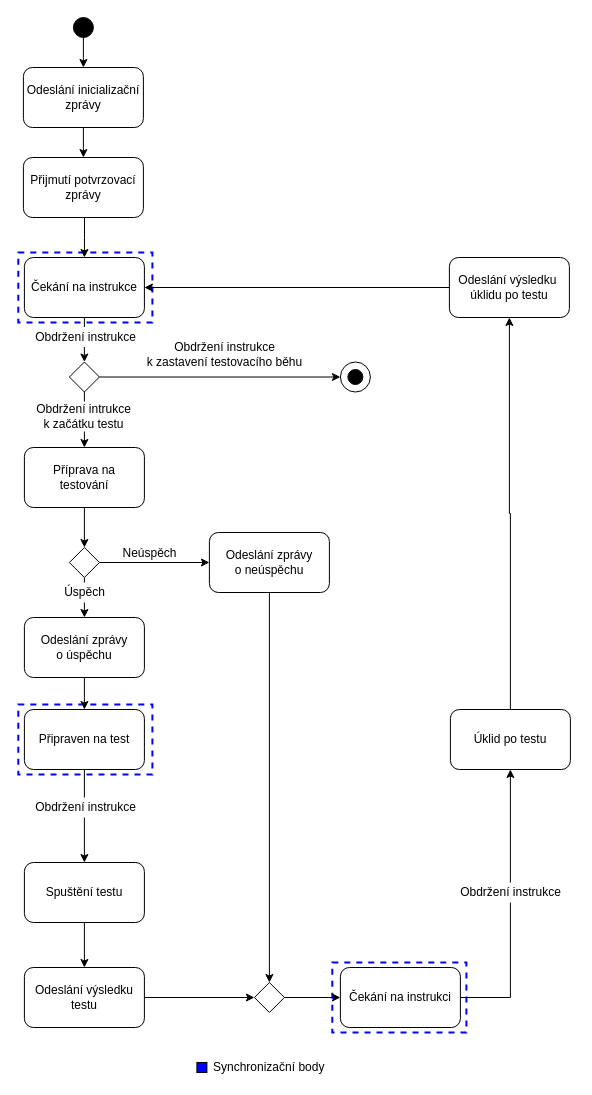
Above: assets/img/src/activitydiagramdevice.drawio in wheeeper/bachelors-thesis (draw.io), before the change. Source tidied: cells renumbered, new cells numbered last; positions are measured from the earlier drawing's top-left corner, leaving out a move shared by most shapes. Both pictures are drawn from the tidied source at 100%, with x=0, y=0 at pixel (18, 17).
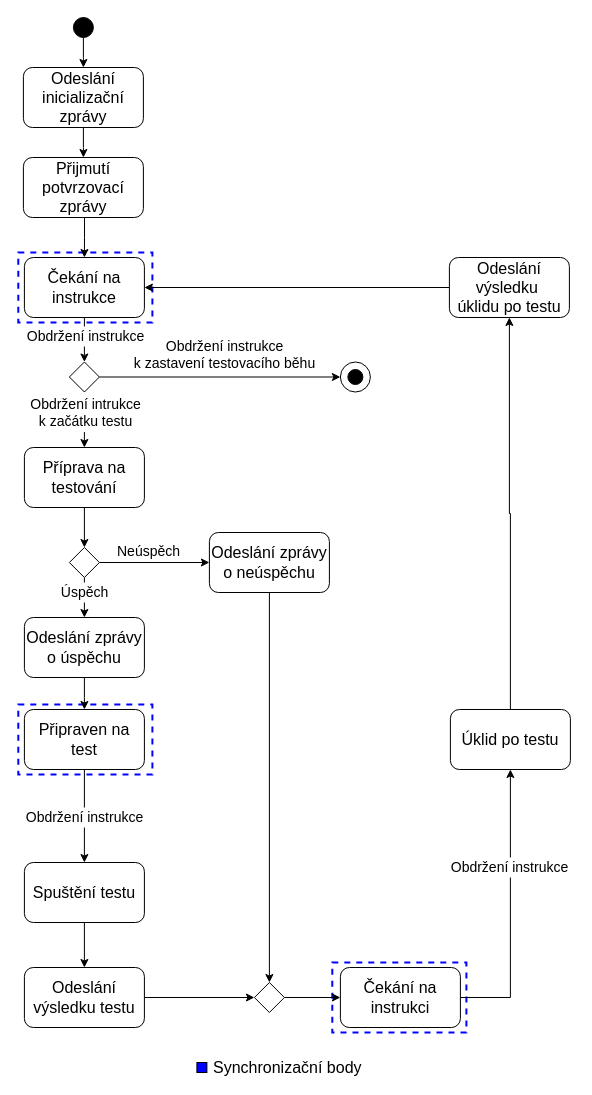
After the change.

Commit message (it also covers changes not shown here):
update activity diagram device

Change to the diagram source:
```diff
@@
-    <mxCell id="2" value="Synchronizační body" style="text;html=1;align=left;verticalAlign=middle;fillColor=#ffffff;" parent="1" vertex="1">
-      <mxGeometry x="193.4" y="1040" width="130" height="20" as="geometry" />
+    <mxCell id="2" value="Synchronizační body" style="text;html=1;align=left;verticalAlign=middle;fillColor=#ffffff;fontSize=16;" parent="1" vertex="1">
+      <mxGeometry x="193.4" y="1040" width="160" height="20" as="geometry" />
     </mxCell>
@@
-    <mxCell id="9" value="Čekání na instrukce" style="rounded=1;whiteSpace=wrap;html=1;fillColor=#FFFFFF;" parent="1" vertex="1">
+    <mxCell id="9" value="Čekání na instrukce" style="rounded=1;whiteSpace=wrap;html=1;fillColor=#FFFFFF;fontSize=16;" parent="1" vertex="1">
       <mxGeometry x="5.9" y="240" width="120" height="60" as="geometry" />
     </mxCell>
@@
-    <mxCell id="11" value="Odeslání výsledku testu" style="rounded=1;whiteSpace=wrap;html=1;fillColor=#FFFFFF;" parent="1" vertex="1">
+    <mxCell id="11" value="Odeslání výsledku testu" style="rounded=1;whiteSpace=wrap;html=1;fillColor=#FFFFFF;fontSize=16;" parent="1" vertex="1">
       <mxGeometry x="5.9" y="950" width="120" height="60" as="geometry" />
     </mxCell>
@@
-    <mxCell id="13" value="Připraven na test" style="rounded=1;whiteSpace=wrap;html=1;fillColor=#FFFFFF;" parent="1" vertex="1">
+    <mxCell id="13" value="Připraven na test" style="rounded=1;whiteSpace=wrap;html=1;fillColor=#FFFFFF;fontSize=16;" parent="1" vertex="1">
       <mxGeometry x="5.9" y="692" width="120" height="60" as="geometry" />
     </mxCell>
@@
-    <mxCell id="15" value="Příprava na &lt;br&gt;testování" style="rounded=1;whiteSpace=wrap;html=1;fillColor=#FFFFFF;" parent="1" vertex="1">
+    <mxCell id="15" value="Příprava na &lt;br style=&quot;font-size: 16px;&quot;&gt;testování" style="rounded=1;whiteSpace=wrap;html=1;fillColor=#FFFFFF;fontSize=16;" parent="1" vertex="1">
       <mxGeometry x="5.9" y="430" width="120" height="60" as="geometry" />
     </mxCell>
@@
-    <mxCell id="21" value="Spuštění testu" style="rounded=1;whiteSpace=wrap;html=1;fillColor=#FFFFFF;" parent="1" vertex="1">
+    <mxCell id="21" value="Spuštění testu" style="rounded=1;whiteSpace=wrap;html=1;fillColor=#FFFFFF;fontSize=16;" parent="1" vertex="1">
       <mxGeometry x="5.9" y="845" width="120" height="60" as="geometry" />
     </mxCell>
@@
-    <mxCell id="23" value="Odeslání zprávy&lt;br&gt;o neúspěchu" style="rounded=1;whiteSpace=wrap;html=1;fillColor=#ffffff;" parent="1" vertex="1">
+    <mxCell id="23" value="Odeslání zprávy&lt;br style=&quot;font-size: 16px;&quot;&gt;o neúspěchu" style="rounded=1;whiteSpace=wrap;html=1;fillColor=#ffffff;fontSize=16;" parent="1" vertex="1">
       <mxGeometry x="190.9" y="515" width="120" height="60" as="geometry" />
     </mxCell>
-    <mxCell id="24" value="Odeslání zprávy&lt;br&gt;o úspěchu" style="rounded=1;whiteSpace=wrap;html=1;fillColor=#ffffff;" parent="1" vertex="1">
+    <mxCell id="24" value="Odeslání zprávy&lt;br style=&quot;font-size: 16px;&quot;&gt;o úspěchu" style="rounded=1;whiteSpace=wrap;html=1;fillColor=#ffffff;fontSize=16;" parent="1" vertex="1">
       <mxGeometry x="5.9" y="600" width="120" height="60" as="geometry" />
     </mxCell>
@@
-    <mxCell id="26" value="Úklid po testu" style="rounded=1;whiteSpace=wrap;html=1;fillColor=#FFFFFF;" parent="1" vertex="1">
+    <mxCell id="26" value="Úklid po testu" style="rounded=1;whiteSpace=wrap;html=1;fillColor=#FFFFFF;fontSize=16;" parent="1" vertex="1">
       <mxGeometry x="431.9" y="692" width="120" height="60" as="geometry" />
     </mxCell>
-    <mxCell id="27" value="Obdržení instrukce" style="text;html=1;align=center;verticalAlign=middle;fillColor=#ffffff;" parent="1" vertex="1">
-      <mxGeometry x="6.9" y="309.5" width="120" height="20" as="geometry" />
+    <mxCell id="27" value="Obdržení instrukce" style="text;html=1;align=center;verticalAlign=middle;fillColor=#ffffff;fontSize=14;" parent="1" vertex="1">
+      <mxGeometry x="1.9" y="309" width="130" height="20" as="geometry" />
     </mxCell>
-    <mxCell id="28" value="Obdržení instrukce" style="text;html=1;align=center;verticalAlign=middle;fillColor=#ffffff;" parent="1" vertex="1">
-      <mxGeometry x="6.9" y="780" width="120" height="20" as="geometry" />
+    <mxCell id="28" value="Obdržení instrukce" style="text;html=1;align=center;verticalAlign=middle;fillColor=#ffffff;fontSize=14;" parent="1" vertex="1">
+      <mxGeometry x="0.9" y="790" width="130" height="20" as="geometry" />
     </mxCell>
-    <mxCell id="29" value="Úspěch" style="text;html=1;align=center;verticalAlign=middle;fillColor=#ffffff;" parent="1" vertex="1">
+    <mxCell id="29" value="Úspěch" style="text;html=1;align=center;verticalAlign=middle;fillColor=#ffffff;fontSize=14;" parent="1" vertex="1">
       <mxGeometry x="35.9" y="565" width="60" height="20" as="geometry" />
     </mxCell>
-    <mxCell id="30" value="Neúspěch" style="text;html=1;align=center;verticalAlign=middle;" parent="1" vertex="1">
-      <mxGeometry x="95.9" y="526" width="70" height="20" as="geometry" />
+    <mxCell id="30" value="Neúspěch" style="text;html=1;align=center;verticalAlign=middle;fontSize=14;" parent="1" vertex="1">
+      <mxGeometry x="90" y="524" width="80" height="20" as="geometry" />
     </mxCell>
-    <mxCell id="31" value="Obdržení instrukce &lt;br&gt;k zastavení testovacího běhu&lt;br&gt;" style="text;html=1;align=center;verticalAlign=middle;" parent="1" vertex="1">
-      <mxGeometry x="120.9" y="322" width="170" height="30" as="geometry" />
+    <mxCell id="31" value="Obdržení instrukce &lt;br style=&quot;font-size: 14px;&quot;&gt;k zastavení testovacího běhu&lt;br style=&quot;font-size: 14px;&quot;&gt;" style="text;html=1;align=center;verticalAlign=middle;fontSize=14;" parent="1" vertex="1">
+      <mxGeometry x="105.9" y="317" width="200" height="40" as="geometry" />
     </mxCell>
@@
-    <mxCell id="33" value="Odeslání výsledku&amp;nbsp;&lt;br&gt;úklidu po testu" style="rounded=1;whiteSpace=wrap;html=1;fillColor=#FFFFFF;" parent="1" vertex="1">
+    <mxCell id="33" value="Odeslání výsledku&amp;nbsp;&lt;br style=&quot;font-size: 16px;&quot;&gt;úklidu po testu" style="rounded=1;whiteSpace=wrap;html=1;fillColor=#FFFFFF;fontSize=16;" parent="1" vertex="1">
       <mxGeometry x="430.9" y="240" width="120" height="60" as="geometry" />
     </mxCell>
@@
-    <mxCell id="37" value="Čekání na instrukci" style="rounded=1;whiteSpace=wrap;html=1;fillColor=#FFFFFF;" parent="1" vertex="1">
+    <mxCell id="37" value="Čekání na instrukci" style="rounded=1;whiteSpace=wrap;html=1;fillColor=#FFFFFF;fontSize=16;" parent="1" vertex="1">
       <mxGeometry x="321.9" y="950" width="120" height="60" as="geometry" />
     </mxCell>
@@
-    <mxCell id="40" value="Obdržení instrukce" style="text;html=1;align=center;verticalAlign=middle;fillColor=#ffffff;" parent="1" vertex="1">
-      <mxGeometry x="431.9" y="865" width="120" height="20" as="geometry" />
+    <mxCell id="40" value="Obdržení instrukce" style="text;html=1;align=center;verticalAlign=middle;fillColor=#ffffff;fontSize=14;" parent="1" vertex="1">
+      <mxGeometry x="425.9" y="840" width="130" height="20" as="geometry" />
     </mxCell>
@@
-    <mxCell id="44" value="Obdržení intrukce &lt;br&gt;k začátku testu" style="text;html=1;align=center;verticalAlign=middle;fillColor=#ffffff;" parent="1" vertex="1">
-      <mxGeometry x="9.9" y="384" width="110" height="30" as="geometry" />
+    <mxCell id="44" value="Obdržení intrukce &lt;br style=&quot;font-size: 14px;&quot;&gt;k začátku testu" style="text;html=1;align=center;verticalAlign=middle;fontSize=14;fillColor=#ffffff;" parent="1" vertex="1">
+      <mxGeometry x="1.9" y="374.5" width="130" height="40" as="geometry" />
     </mxCell>
@@
-    <mxCell id="46" value="Odeslání inicializační zprávy" style="rounded=1;whiteSpace=wrap;html=1;fillColor=#FFFFFF;" parent="1" vertex="1">
+    <mxCell id="46" value="Odeslání inicializační zprávy" style="rounded=1;whiteSpace=wrap;html=1;fillColor=#FFFFFF;fontSize=16;" parent="1" vertex="1">
       <mxGeometry x="4.9" y="50" width="120" height="60" as="geometry" />
     </mxCell>
@@
-    <mxCell id="48" value="Přijmutí potvrzovací zprávy" style="rounded=1;whiteSpace=wrap;html=1;fillColor=#FFFFFF;" parent="1" vertex="1">
+    <mxCell id="48" value="Přijmutí potvrzovací zprávy" style="rounded=1;whiteSpace=wrap;html=1;fillColor=#FFFFFF;fontSize=16;" parent="1" vertex="1">
       <mxGeometry x="4.9" y="140" width="120" height="60" as="geometry" />
     </mxCell>
```
